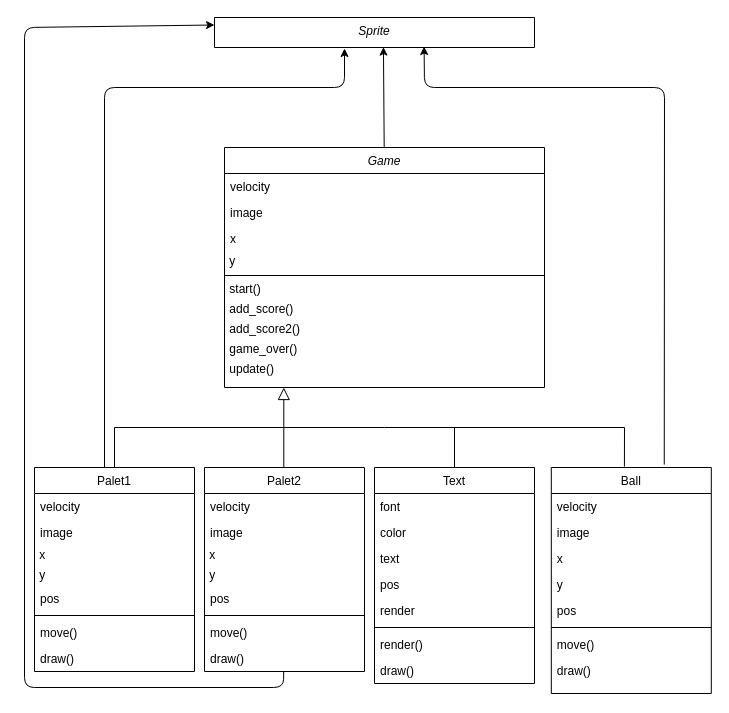
Earlier version of the draw.io diagram game /Untitled Diagram.drawio (Louna2301/oc20-). Source tidied: cells renumbered, new cells numbered last; positions are measured from the earlier drawing's top-left corner, leaving out a move shared by most shapes. Both pictures are drawn from the tidied source at 100%, with x=0, y=0 at pixel (24, 17).
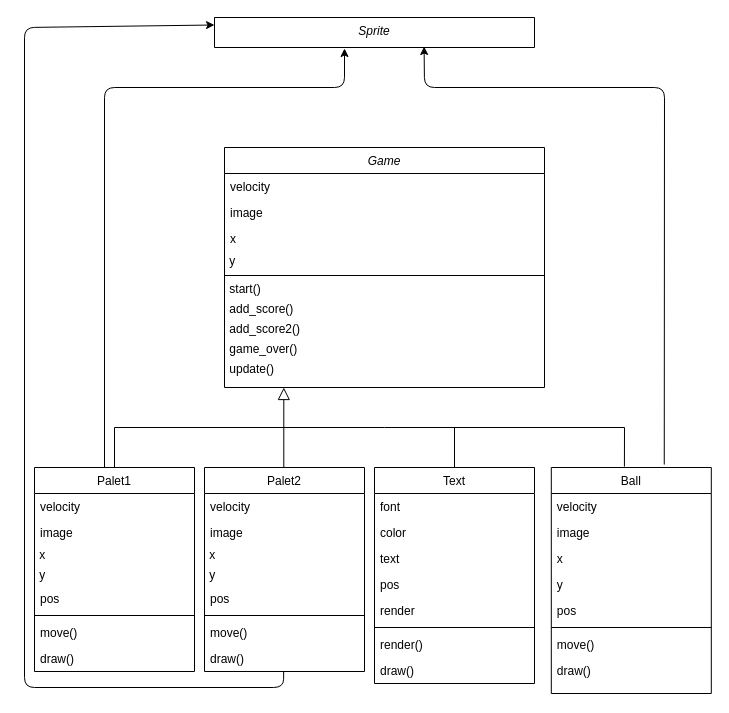
After the change.

The change refers to these unchanged cells:
```xml
<mxCell id="47" value="Sprite" style="swimlane;fontStyle=2;align=center;verticalAlign=top;horizontal=1;startSize=30;rounded=0;shadow=0;strokeWidth=1;" parent="1" vertex="1">
  <mxGeometry x="190" width="320" height="30" as="geometry" />
</mxCell>
```

Diff of the diagram source:
```diff
@@
-    <mxCell id="48" style="endArrow=classic;html=1;entryX=0.528;entryY=0.986;entryDx=0;entryDy=0;entryPerimeter=0;" parent="1" edge="1" target="47">
-      <mxGeometry relative="1" as="geometry">
-        <mxPoint x="359.7" y="130" as="sourcePoint" />
-      </mxGeometry>
-    </mxCell>
```
